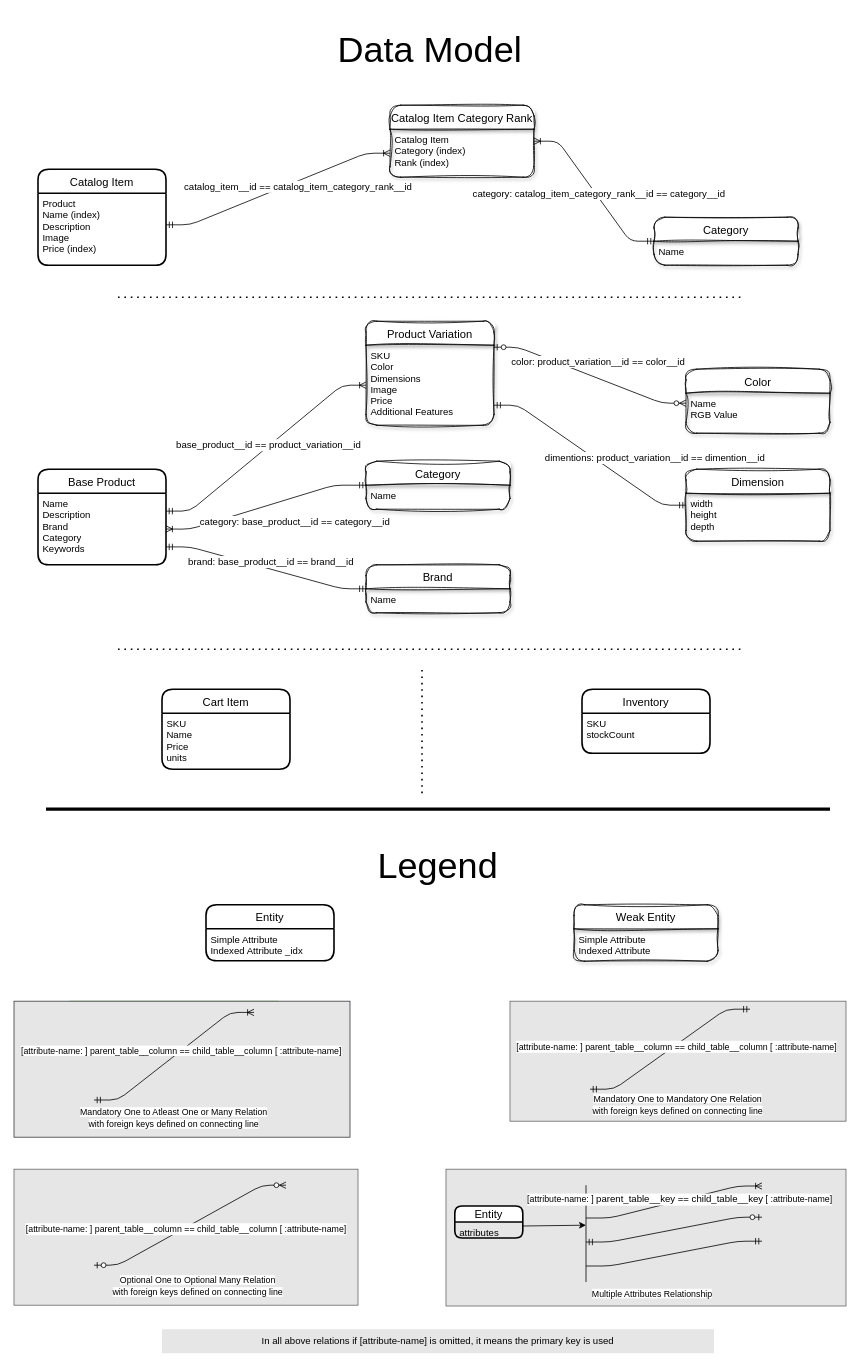
Before: data-model/data-model-cart.drawio in rd-raven/stirzz-design, a draw.io diagram. Source tidied: cells renumbered, new cells numbered last; positions are measured from the earlier drawing's top-left corner, leaving out a move shared by most shapes. Both pictures are drawn from the tidied source at 80%, with x=0, y=0 at pixel (14, 25).
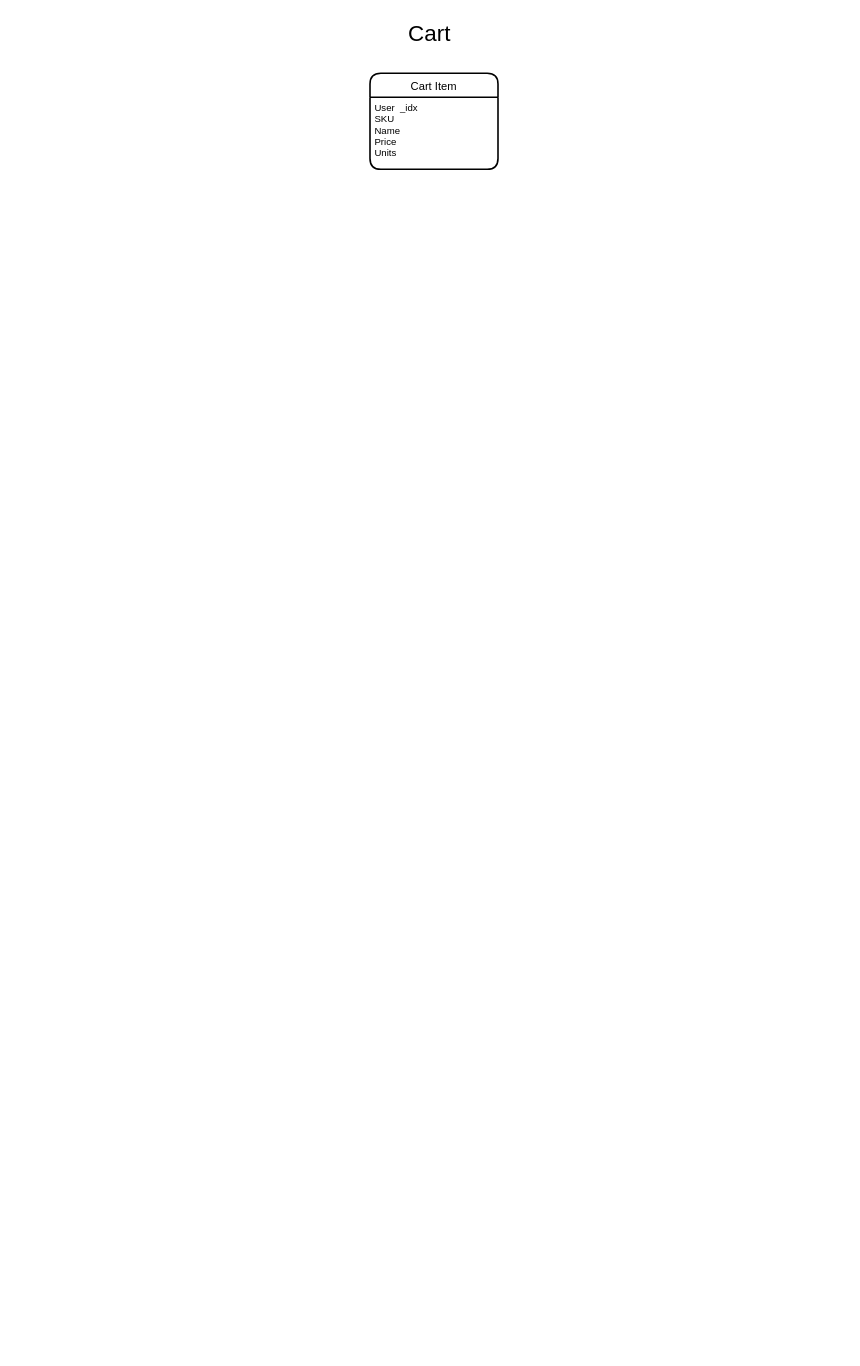
The same page after the edit.

Commit message (it also covers changes not shown here):
Add Cart, Inventory Details (#6)

What changed in the source:
```diff
@@
-    <mxCell id="2" value="Catalog Item" style="swimlane;horizontal=1;startSize=30;rounded=1;fontSize=14;fontStyle=0;strokeWidth=2;shadow=0;dashed=0;align=center;" parent="1" vertex="1">
-      <mxGeometry x="30" y="180" width="160" height="120" as="geometry" />
-    </mxCell>
-    <mxCell id="3" value="Product&#10;Name (index)&#10;Description&#10;Image&#10;Price (index)" style="align=left;strokeColor=none;fillColor=none;spacingLeft=4;fontSize=12;verticalAlign=top;" parent="2" vertex="1">
-      <mxGeometry y="30" width="160" height="90" as="geometry" />
-    </mxCell>
     <mxCell id="4" value="Cart Item" style="swimlane;horizontal=1;startSize=30;rounded=1;fontSize=14;fontStyle=0;strokeWidth=2;shadow=0;dashed=0;align=center;" parent="1" vertex="1">
-      <mxGeometry x="185" y="830" width="160" height="100" as="geometry" />
+      <mxGeometry x="445" y="60" width="160" height="120" as="geometry" />
     </mxCell>
-    <mxCell id="5" value="SKU&#10;Name&#10;Price&#10;units" style="align=left;strokeColor=none;fillColor=none;spacingLeft=4;fontSize=12;verticalAlign=top;" parent="4" vertex="1">
-      <mxGeometry y="30" width="160" height="70" as="geometry" />
+    <mxCell id="5" value="User  _idx&#10;SKU&#10;Name&#10;Price&#10;Units" style="align=left;strokeColor=none;fillColor=none;spacingLeft=4;fontSize=12;verticalAlign=top;" parent="4" vertex="1">
+      <mxGeometry y="30" width="160" height="90" as="geometry" />
     </mxCell>
-    <mxCell id="6" value="Inventory" style="swimlane;horizontal=1;startSize=30;rounded=1;fontSize=14;fontStyle=0;strokeWidth=2;shadow=0;dashed=0;align=center;" parent="1" vertex="1">
-      <mxGeometry x="710" y="830" width="160" height="80" as="geometry" />
-    </mxCell>
-    <mxCell id="7" value="SKU&#10;stockCount" style="align=left;strokeColor=none;fillColor=none;spacingLeft=4;fontSize=12;verticalAlign=top;" parent="6" vertex="1">
-      <mxGeometry y="30" width="160" height="50" as="geometry" />
-    </mxCell>
-    <mxCell id="8" value="Dimension" style="swimlane;horizontal=1;startSize=30;rounded=1;fontSize=14;fontStyle=0;strokeWidth=1;shadow=1;dashed=0;align=center;sketch=1;curveFitting=1;jiggle=2;" parent="1" vertex="1">
-      <mxGeometry x="840" y="555" width="180" height="90" as="geometry" />
-    </mxCell>
-    <mxCell id="9" value="width&#10;height&#10;depth" style="align=left;strokeColor=none;fillColor=none;spacingLeft=4;fontSize=12;verticalAlign=top;" parent="8" vertex="1">
-      <mxGeometry y="30" width="180" height="60" as="geometry" />
-    </mxCell>
-    <mxCell id="10" value="Catalog Item Category Rank" style="swimlane;horizontal=1;startSize=30;rounded=1;fontSize=14;fontStyle=0;strokeWidth=1;shadow=1;align=center;swimlaneFillColor=none;strokeColor=default;perimeterSpacing=0;swimlaneLine=1;glass=0;sketch=1;curveFitting=1;jiggle=2;" parent="1" vertex="1">
-      <mxGeometry x="470" y="100" width="180" height="90" as="geometry" />
-    </mxCell>
-    <mxCell id="11" value="Catalog Item&#10;Category (index)&#10;Rank (index)" style="align=left;strokeColor=none;fillColor=none;spacingLeft=4;fontSize=12;verticalAlign=top;" parent="10" vertex="1">
-      <mxGeometry y="30" width="180" height="60" as="geometry" />
-    </mxCell>
-    <mxCell id="12" value="Base Product" style="swimlane;horizontal=1;startSize=30;rounded=1;fontSize=14;fontStyle=0;strokeWidth=2;shadow=0;dashed=0;align=center;" parent="1" vertex="1">
-      <mxGeometry x="30" y="555" width="160" height="119.5" as="geometry" />
-    </mxCell>
-    <mxCell id="13" value="Name&#10;Description&#10;Brand&#10;Category&#10;Keywords&#10;" style="align=left;strokeColor=none;fillColor=none;spacingLeft=4;fontSize=12;verticalAlign=top;" parent="12" vertex="1">
-      <mxGeometry y="30" width="160" height="89.5" as="geometry" />
-    </mxCell>
-    <mxCell id="14" value="Product Variation" style="swimlane;horizontal=1;startSize=30;rounded=1;fontSize=14;fontStyle=0;strokeWidth=1;shadow=1;dashed=0;align=center;sketch=1;curveFitting=1;jiggle=2;" parent="1" vertex="1">
-      <mxGeometry x="440" y="370" width="160" height="130" as="geometry" />
-    </mxCell>
-    <mxCell id="15" value="SKU&#10;Color&#10;Dimensions&#10;Image&#10;Price&#10;Additional Features" style="align=left;strokeColor=none;fillColor=none;spacingLeft=4;fontSize=12;verticalAlign=top;" parent="14" vertex="1">
-      <mxGeometry y="30" width="160" height="100" as="geometry" />
-    </mxCell>
-    <mxCell id="16" style="edgeStyle=entityRelationEdgeStyle;fontSize=12;html=1;endArrow=ERoneToMany;startArrow=ERmandOne;entryX=0;entryY=0.5;entryDx=0;entryDy=0;exitX=1.001;exitY=0.439;exitDx=0;exitDy=0;exitPerimeter=0;" parent="1" edge="1" source="3" target="11">
-      <mxGeometry relative="1" as="geometry" />
-    </mxCell>
-    <mxCell id="17" value="catalog_item__id == catalog_item_category_rank__id" style="edgeLabel;html=1;align=center;verticalAlign=middle;fontSize=12;" parent="16" vertex="1">
-      <mxGeometry x="0.15" y="3" relative="1" as="geometry">
-        <mxPoint x="5" y="8" as="offset" />
-      </mxGeometry>
-    </mxCell>
-    <mxCell id="18" style="edgeStyle=entityRelationEdgeStyle;fontSize=12;html=1;endArrow=ERoneToMany;startArrow=ERmandOne;entryX=0;entryY=0.5;entryDx=0;entryDy=0;exitX=1;exitY=0.25;exitDx=0;exitDy=0;" parent="1" edge="1" source="13" target="15">
-      <mxGeometry relative="1" as="geometry" />
-    </mxCell>
-    <mxCell id="19" value="base_product__id == product_variation__id" style="edgeLabel;html=1;align=center;verticalAlign=middle;fontSize=12;" parent="18" vertex="1">
-      <mxGeometry x="0.03" y="1" relative="1" as="geometry" />
-    </mxCell>
-    <mxCell id="20" value="Color" style="swimlane;horizontal=1;startSize=30;rounded=1;fontSize=14;fontStyle=0;strokeWidth=1;shadow=1;dashed=0;align=center;sketch=1;curveFitting=1;jiggle=2;" parent="1" vertex="1">
-      <mxGeometry x="840" y="430" width="180" height="80" as="geometry" />
-    </mxCell>
-    <mxCell id="21" value="Name&#10;RGB Value" style="align=left;strokeColor=none;fillColor=none;spacingLeft=4;fontSize=12;verticalAlign=top;" parent="20" vertex="1">
-      <mxGeometry y="30" width="180" height="50" as="geometry" />
-    </mxCell>
-    <mxCell id="22" value="Weak Entity" style="swimlane;horizontal=1;startSize=30;rounded=1;fontSize=14;fontStyle=0;strokeWidth=1;shadow=1;align=center;swimlaneFillColor=none;strokeColor=default;perimeterSpacing=0;swimlaneLine=1;glass=0;sketch=1;curveFitting=1;jiggle=2;" parent="1" vertex="1">
-      <mxGeometry x="700" y="1099.5" width="180" height="70.5" as="geometry" />
-    </mxCell>
-    <mxCell id="23" value="Simple Attribute&#10;Indexed Attribute" style="align=left;strokeColor=none;fillColor=none;spacingLeft=4;fontSize=12;verticalAlign=top;" parent="22" vertex="1">
-      <mxGeometry y="30" width="180" height="40.5" as="geometry" />
-    </mxCell>
-    <mxCell id="24" value="Entity" style="swimlane;horizontal=1;startSize=30;rounded=1;fontSize=14;fontStyle=0;strokeWidth=2;shadow=0;dashed=0;align=center;" parent="1" vertex="1">
-      <mxGeometry x="240" y="1099.5" width="160" height="70" as="geometry" />
-    </mxCell>
-    <mxCell id="25" value="Simple Attribute&#10;Indexed Attribute _idx" style="align=left;strokeColor=none;fillColor=none;spacingLeft=4;fontSize=12;verticalAlign=top;" parent="24" vertex="1">
-      <mxGeometry y="30" width="160" height="40" as="geometry" />
-    </mxCell>
-    <mxCell id="26" value="&lt;span style=&quot;font-size: 45px;&quot;&gt;Legend&lt;/span&gt;" style="text;html=1;strokeColor=none;fillColor=none;align=center;verticalAlign=middle;whiteSpace=wrap;rounded=0;shadow=1;glass=0;sketch=1;strokeWidth=1;fontSize=45;fontStyle=0;" parent="1" vertex="1">
-      <mxGeometry x="445" y="1020" width="170" height="60" as="geometry" />
-    </mxCell>
-    <mxCell id="27" value="&lt;span style=&quot;font-size: 45px;&quot;&gt;Data Model&lt;/span&gt;" style="text;html=1;strokeColor=none;fillColor=none;align=center;verticalAlign=middle;whiteSpace=wrap;rounded=0;shadow=1;glass=0;sketch=1;strokeWidth=1;fontSize=45;fontStyle=0;" parent="1" vertex="1">
-      <mxGeometry x="380" width="280" height="60" as="geometry" />
+    <mxCell id="27" value="&lt;font style=&quot;font-size: 28px;&quot;&gt;Cart&lt;/font&gt;" style="text;html=1;strokeColor=none;fillColor=none;align=center;verticalAlign=middle;whiteSpace=wrap;rounded=0;shadow=1;glass=0;sketch=1;strokeWidth=1;fontSize=28;fontStyle=0;" parent="1" vertex="1">
+      <mxGeometry x="482" y="-10" width="75" height="40" as="geometry" />
     </mxCell>
-    <mxCell id="28" style="edgeStyle=entityRelationEdgeStyle;fontSize=12;html=1;endArrow=ERzeroToMany;startArrow=ERzeroToOne;entryX=0;entryY=0.25;entryDx=0;entryDy=0;exitX=1;exitY=0.25;exitDx=0;exitDy=0;" parent="1" edge="1" source="14" target="21">
-      <mxGeometry relative="1" as="geometry" />
-    </mxCell>
-    <mxCell id="29" value="color: product_variation__id == color__id" style="edgeLabel;html=1;align=center;verticalAlign=middle;fontSize=12;" parent="28" vertex="1">
-      <mxGeometry x="-0.05" y="-1" relative="1" as="geometry">
-        <mxPoint x="16" y="-16" as="offset" />
-      </mxGeometry>
-    </mxCell>
-    <mxCell id="30" value="Brand" style="swimlane;horizontal=1;startSize=30;rounded=1;fontSize=14;fontStyle=0;strokeWidth=1;shadow=1;dashed=0;align=center;sketch=1;curveFitting=1;jiggle=2;" parent="1" vertex="1">
-      <mxGeometry x="440" y="674.5" width="180" height="60" as="geometry" />
-    </mxCell>
-    <mxCell id="31" value="Name" style="align=left;strokeColor=none;fillColor=none;spacingLeft=4;fontSize=12;verticalAlign=top;" parent="30" vertex="1">
-      <mxGeometry y="30" width="180" height="30" as="geometry" />
-    </mxCell>
-    <mxCell id="32" style="edgeStyle=entityRelationEdgeStyle;fontSize=12;html=1;endArrow=ERmandOne;startArrow=ERmandOne;entryX=0;entryY=0.5;entryDx=0;entryDy=0;endFill=0;exitX=1;exitY=0.75;exitDx=0;exitDy=0;" parent="1" edge="1" source="13" target="30">
-      <mxGeometry relative="1" as="geometry" />
-    </mxCell>
-    <mxCell id="33" value="brand: base_product__id == brand__id" style="edgeLabel;html=1;align=center;verticalAlign=middle;fontSize=12;" parent="32" vertex="1">
-      <mxGeometry x="0.08" relative="1" as="geometry">
-        <mxPoint x="-5" y="-11" as="offset" />
-      </mxGeometry>
-    </mxCell>
-    <mxCell id="34" style="endArrow=none;html=1;fontSize=12;strokeWidth=4;" parent="1" edge="1">
-      <mxGeometry relative="1" as="geometry">
-        <mxPoint x="1020" y="980" as="sourcePoint" />
-        <mxPoint x="40" y="980" as="targetPoint" />
-      </mxGeometry>
-    </mxCell>
-    <mxCell id="35" value="Category" style="swimlane;horizontal=1;startSize=30;rounded=1;fontSize=14;fontStyle=0;strokeWidth=1;shadow=1;align=center;swimlaneFillColor=none;strokeColor=default;perimeterSpacing=0;swimlaneLine=1;glass=0;sketch=1;curveFitting=1;jiggle=2;" parent="1" vertex="1">
-      <mxGeometry x="800" y="240" width="180" height="60" as="geometry" />
-    </mxCell>
-    <mxCell id="36" value="Name" style="align=left;strokeColor=none;fillColor=none;spacingLeft=4;fontSize=12;verticalAlign=top;" parent="35" vertex="1">
-      <mxGeometry y="30" width="180" height="30" as="geometry" />
-    </mxCell>
-    <mxCell id="37" style="edgeStyle=entityRelationEdgeStyle;fontSize=12;html=1;endArrow=ERoneToMany;startArrow=ERmandOne;entryX=1;entryY=0.25;entryDx=0;entryDy=0;exitX=0;exitY=0;exitDx=0;exitDy=0;" parent="1" edge="1" source="36" target="11">
-      <mxGeometry relative="1" as="geometry" />
-    </mxCell>
-    <mxCell id="38" value="category: catalog_item_category_rank__id == category__id" style="edgeLabel;html=1;align=center;verticalAlign=middle;fontSize=12;" parent="37" vertex="1">
-      <mxGeometry x="0.15" y="3" relative="1" as="geometry">
-        <mxPoint x="17" y="14" as="offset" />
-      </mxGeometry>
-    </mxCell>
-    <mxCell id="39" value="Category" style="swimlane;horizontal=1;startSize=30;rounded=1;fontSize=14;fontStyle=0;strokeWidth=1;shadow=1;align=center;swimlaneFillColor=none;strokeColor=default;perimeterSpacing=0;swimlaneLine=1;glass=0;sketch=1;curveFitting=1;jiggle=2;" parent="1" vertex="1">
-      <mxGeometry x="440" y="545" width="180" height="60" as="geometry" />
-    </mxCell>
-    <mxCell id="40" value="Name" style="align=left;strokeColor=none;fillColor=none;spacingLeft=4;fontSize=12;verticalAlign=top;" parent="39" vertex="1">
-      <mxGeometry y="30" width="180" height="30" as="geometry" />
-    </mxCell>
-    <mxCell id="41" style="group;" parent="1" vertex="1">
-      <mxGeometry y="1220" width="420" height="170" as="geometry" />
-    </mxCell>
-    <mxCell id="42" style="group;fillColor=none;strokeColor=#82b366;" parent="41" vertex="1">
-      <mxGeometry x="70" width="260" height="160.5" as="geometry" />
-    </mxCell>
-    <mxCell id="43" style="group;fillColor=#E6E6E6;strokeColor=#36393d;" parent="41" vertex="1">
-      <mxGeometry width="420" height="170" as="geometry" />
-    </mxCell>
-    <mxCell id="44" style="edgeStyle=entityRelationEdgeStyle;fontSize=12;html=1;endArrow=ERoneToMany;startArrow=ERmandOne;exitX=1.001;exitY=0.439;exitDx=0;exitDy=0;exitPerimeter=0;" parent="41" edge="1">
-      <mxGeometry relative="1" as="geometry">
-        <mxPoint x="100" y="123.5" as="sourcePoint" />
-        <mxPoint x="300" y="14" as="targetPoint" />
-      </mxGeometry>
-    </mxCell>
-    <mxCell id="45" value="[attribute-name: ]&amp;nbsp;parent_table__column == child_table__column [ :attribute-name]" style="edgeLabel;html=1;align=center;verticalAlign=middle;" parent="44" vertex="1">
-      <mxGeometry x="0.09" relative="1" as="geometry" />
-    </mxCell>
-    <mxCell id="46" value="&lt;span style=&quot;font-size: 11px; background-color: rgb(255, 255, 255);&quot;&gt;Mandatory One to Atleast One or Many Relation&lt;br&gt;with foreign keys defined on connecting line&lt;br&gt;&lt;/span&gt;" style="text;html=1;strokeColor=none;fillColor=none;align=center;verticalAlign=middle;whiteSpace=wrap;rounded=0;shadow=1;glass=0;sketch=1;strokeWidth=1;" parent="41" vertex="1">
-      <mxGeometry x="70" y="130.5" width="260" height="30" as="geometry" />
-    </mxCell>
-    <mxCell id="47" style="group;" parent="1" vertex="1">
-      <mxGeometry x="620" y="1220" width="420" height="150" as="geometry" />
-    </mxCell>
-    <mxCell id="48" style="group;fillColor=#E6E6E6;fontColor=#333333;strokeColor=#666666;" parent="47" vertex="1">
-      <mxGeometry width="420" height="150" as="geometry" />
-    </mxCell>
-    <mxCell id="49" style="edgeStyle=entityRelationEdgeStyle;fontSize=12;html=1;endArrow=ERmandOne;startArrow=ERmandOne;endFill=0;" parent="47" edge="1">
-      <mxGeometry relative="1" as="geometry">
-        <mxPoint x="100" y="110" as="sourcePoint" />
-        <mxPoint x="300" y="10" as="targetPoint" />
-      </mxGeometry>
-    </mxCell>
-    <mxCell id="50" value="&lt;span style=&quot;font-size: 11px;&quot;&gt;[attribute-name: ] parent_table__column == child_table__column&lt;/span&gt;&lt;span style=&quot;font-size: 11px;&quot;&gt;&amp;nbsp;[ :attribute-name]&lt;/span&gt;" style="edgeLabel;html=1;align=center;verticalAlign=middle;fontSize=12;" parent="49" vertex="1">
-      <mxGeometry x="0.07" y="-1" relative="1" as="geometry" />
-    </mxCell>
-    <mxCell id="51" value="&lt;span style=&quot;font-size: 11px; background-color: rgb(255, 255, 255);&quot;&gt;Mandatory One to Mandatory One Relation&lt;br&gt;with foreign keys defined on connecting line&lt;br&gt;&lt;/span&gt;" style="text;html=1;strokeColor=none;fillColor=none;align=center;verticalAlign=middle;whiteSpace=wrap;rounded=0;shadow=1;glass=0;sketch=1;strokeWidth=1;" parent="47" vertex="1">
-      <mxGeometry x="80" y="114" width="260" height="30" as="geometry" />
-    </mxCell>
-    <mxCell id="52" style="group;" parent="1" vertex="1">
-      <mxGeometry y="1430" width="430" height="170" as="geometry" />
-    </mxCell>
-    <mxCell id="53" style="group;fillColor=#E6E6E6;strokeColor=#666666;gradientColor=none;" parent="52" vertex="1">
-      <mxGeometry width="430" height="170" as="geometry" />
-    </mxCell>
-    <mxCell id="54" style="edgeStyle=entityRelationEdgeStyle;fontSize=12;html=1;endArrow=ERzeroToMany;startArrow=ERzeroToOne;" parent="52" edge="1">
-      <mxGeometry relative="1" as="geometry">
-        <mxPoint x="100" y="120" as="sourcePoint" />
-        <mxPoint x="340" y="20" as="targetPoint" />
-      </mxGeometry>
-    </mxCell>
-    <mxCell id="55" value="&lt;span style=&quot;font-size: 11px;&quot;&gt;[attribute-name: ]&amp;nbsp;&lt;/span&gt;&lt;span style=&quot;font-size: 11px;&quot;&gt;parent_table__column == child_table__column&lt;/span&gt;&lt;span style=&quot;font-size: 11px;&quot;&gt;&amp;nbsp;[ :attribute-name]&lt;/span&gt;" style="edgeLabel;html=1;align=center;verticalAlign=middle;fontSize=12;" parent="54" vertex="1">
-      <mxGeometry x="-0.05" y="-1" relative="1" as="geometry" />
-    </mxCell>
-    <mxCell id="56" value="&lt;span style=&quot;font-size: 11px; background-color: rgb(255, 255, 255);&quot;&gt;Optional One to Optional Many Relation&lt;br&gt;with foreign keys defined on connecting line&lt;br&gt;&lt;/span&gt;" style="text;html=1;strokeColor=none;fillColor=none;align=center;verticalAlign=middle;whiteSpace=wrap;rounded=0;shadow=1;glass=0;sketch=1;strokeWidth=1;" parent="52" vertex="1">
-      <mxGeometry x="100" y="130.5" width="260" height="30" as="geometry" />
-    </mxCell>
-    <mxCell id="57" value="In all above relations if [attribute-name] is omitted, it means the primary key is used" style="text;html=1;strokeColor=none;fillColor=#E6E6E6;align=center;verticalAlign=middle;whiteSpace=wrap;rounded=0;" parent="1" vertex="1">
-      <mxGeometry x="185" y="1630" width="690" height="30" as="geometry" />
-    </mxCell>
-    <mxCell id="58" style="group;" parent="1" vertex="1">
-      <mxGeometry x="540" y="1430" width="500" height="171" as="geometry" />
-    </mxCell>
-    <mxCell id="59" style="group;fillColor=#E6E6E6;fontColor=#333333;strokeColor=#666666;" parent="58" vertex="1">
-      <mxGeometry width="500" height="171" as="geometry" />
-    </mxCell>
-    <mxCell id="60" style="endArrow=none;html=1;rounded=0;fontSize=12;" parent="58" edge="1">
-      <mxGeometry relative="1" as="geometry">
-        <mxPoint x="175" y="141" as="sourcePoint" />
-        <mxPoint x="175" y="20" as="targetPoint" />
-      </mxGeometry>
-    </mxCell>
-    <mxCell id="61" value="Entity" style="swimlane;horizontal=1;startSize=20;rounded=1;fontSize=14;fontStyle=0;strokeWidth=2;shadow=0;dashed=0;align=center;" parent="58" vertex="1">
-      <mxGeometry x="11" y="46" width="85" height="40" as="geometry" />
-    </mxCell>
-    <mxCell id="62" value="attributes" style="align=left;strokeColor=none;fillColor=none;spacingLeft=4;fontSize=12;verticalAlign=top;" parent="61" vertex="1">
-      <mxGeometry y="20" width="85" height="20" as="geometry" />
-    </mxCell>
-    <mxCell id="63" style="edgeStyle=none;html=1;exitX=1;exitY=0.25;exitDx=0;exitDy=0;fontSize=12;startArrow=none;startFill=0;" parent="58" edge="1" source="62">
-      <mxGeometry relative="1" as="geometry">
-        <mxPoint x="175" y="70" as="targetPoint" />
-      </mxGeometry>
-    </mxCell>
-    <mxCell id="64" style="edgeStyle=entityRelationEdgeStyle;fontSize=12;html=1;endArrow=ERoneToMany;" parent="58" edge="1">
-      <mxGeometry relative="1" as="geometry">
-        <mxPoint x="175" y="61" as="sourcePoint" />
-        <mxPoint x="395" y="21" as="targetPoint" />
-      </mxGeometry>
-    </mxCell>
-    <mxCell id="65" value="&lt;span style=&quot;font-size: 11px;&quot;&gt;[attribute-name: ]&amp;nbsp;&lt;/span&gt;parent_table__key == child_table__key&lt;span style=&quot;font-size: 11px;&quot;&gt;&amp;nbsp;[ :attribute-name]&lt;/span&gt;" style="edgeLabel;html=1;align=center;verticalAlign=middle;fontSize=12;" parent="64" vertex="1">
-      <mxGeometry x="0.07" y="2" relative="1" as="geometry" />
-    </mxCell>
-    <mxCell id="66" style="edgeStyle=entityRelationEdgeStyle;fontSize=12;html=1;endArrow=ERzeroToOne;startArrow=ERmandOne;" parent="58" edge="1">
-      <mxGeometry relative="1" as="geometry">
-        <mxPoint x="175" y="91" as="sourcePoint" />
-        <mxPoint x="395" y="60" as="targetPoint" />
-      </mxGeometry>
-    </mxCell>
-    <mxCell id="67" style="edgeStyle=entityRelationEdgeStyle;fontSize=12;html=1;endArrow=ERmandOne;" parent="58" edge="1">
-      <mxGeometry relative="1" as="geometry">
-        <mxPoint x="175" y="121" as="sourcePoint" />
-        <mxPoint x="395" y="90" as="targetPoint" />
-      </mxGeometry>
-    </mxCell>
-    <mxCell id="68" value="&lt;span style=&quot;font-size: 11px; background-color: rgb(255, 255, 255);&quot;&gt;Multiple Attributes Relationship&lt;br&gt;&lt;/span&gt;" style="text;html=1;strokeColor=none;fillColor=none;align=center;verticalAlign=middle;whiteSpace=wrap;rounded=0;shadow=1;glass=0;sketch=1;strokeWidth=1;" parent="58" vertex="1">
-      <mxGeometry x="128" y="141" width="260" height="30" as="geometry" />
-    </mxCell>
-    <mxCell id="69" style="fontSize=12;html=1;endArrow=ERoneToMany;startArrow=ERmandOne;exitX=0;exitY=0;exitDx=0;exitDy=0;entryX=1;entryY=0.5;entryDx=0;entryDy=0;" parent="1" edge="1" source="40" target="13">
-      <mxGeometry relative="1" as="geometry">
-        <Array as="points">
-          <mxPoint x="400" y="575" />
-          <mxPoint x="220" y="630" />
-        </Array>
-      </mxGeometry>
-    </mxCell>
-    <mxCell id="70" value="category: base_product__id == category__id" style="edgeLabel;html=1;align=center;verticalAlign=middle;fontSize=12;" parent="69" vertex="1">
-      <mxGeometry x="0.15" y="3" relative="1" as="geometry">
-        <mxPoint x="53" y="11" as="offset" />
-      </mxGeometry>
-    </mxCell>
-    <mxCell id="71" style="edgeStyle=entityRelationEdgeStyle;fontSize=12;html=1;endArrow=ERmandOne;startArrow=ERmandOne;endFill=0;exitX=1;exitY=0.75;exitDx=0;exitDy=0;entryX=0;entryY=0.25;entryDx=0;entryDy=0;" parent="1" edge="1" source="15" target="9">
-      <mxGeometry relative="1" as="geometry" />
-    </mxCell>
-    <mxCell id="72" value="dimentions: product_variation__id == dimention__id" style="edgeLabel;html=1;align=center;verticalAlign=middle;fontSize=12;" parent="71" vertex="1">
-      <mxGeometry x="0.08" relative="1" as="geometry">
-        <mxPoint x="71" y="-4" as="offset" />
-      </mxGeometry>
-    </mxCell>
-    <mxCell id="73" style="endArrow=none;dashed=1;html=1;dashPattern=1 3;strokeWidth=2;" parent="1" edge="1">
-      <mxGeometry relative="1" as="geometry">
-        <mxPoint x="130" y="340" as="sourcePoint" />
-        <mxPoint x="910" y="340" as="targetPoint" />
-      </mxGeometry>
-    </mxCell>
-    <mxCell id="74" style="endArrow=none;dashed=1;html=1;dashPattern=1 3;strokeWidth=2;" parent="1" edge="1">
-      <mxGeometry relative="1" as="geometry">
-        <mxPoint x="130" y="780" as="sourcePoint" />
-        <mxPoint x="910" y="780" as="targetPoint" />
-      </mxGeometry>
-    </mxCell>
-    <mxCell id="75" style="endArrow=none;dashed=1;html=1;dashPattern=1 3;strokeWidth=2;" parent="1" edge="1">
-      <mxGeometry relative="1" as="geometry">
-        <mxPoint x="510" y="960" as="sourcePoint" />
-        <mxPoint x="510" y="800" as="targetPoint" />
-      </mxGeometry>
-    </mxCell>
```
